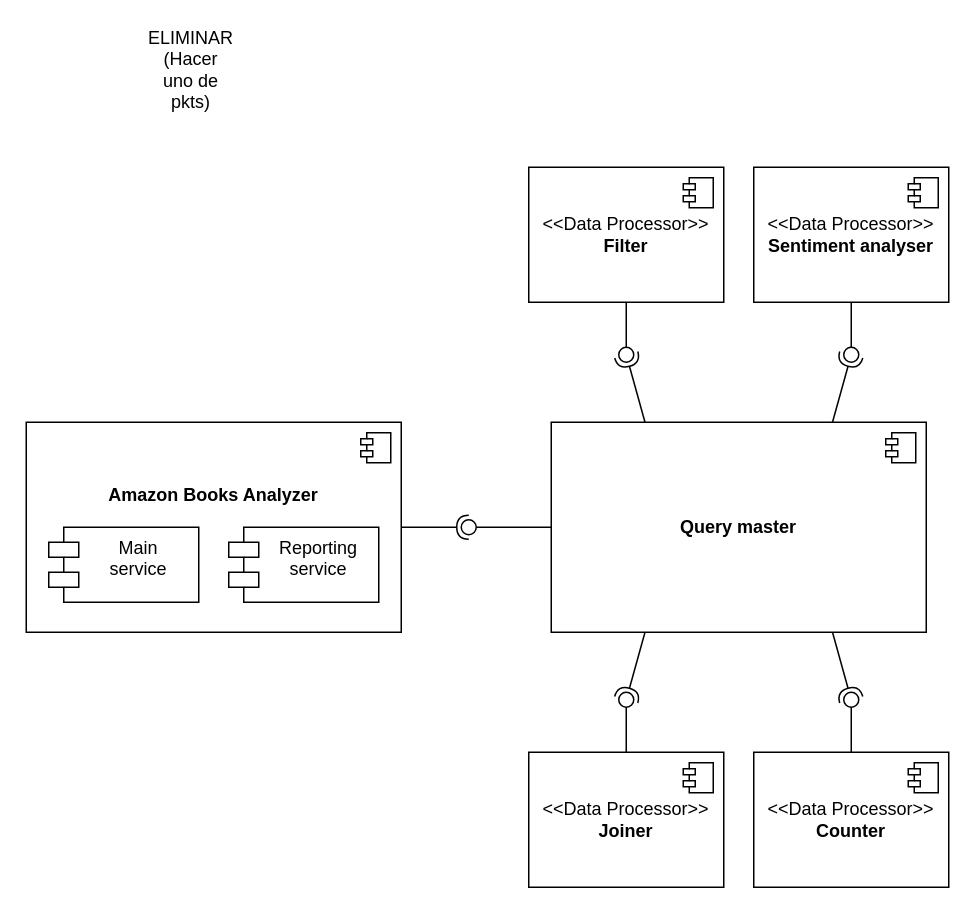
The draw.io diagram page "[DELETE] Diagrama de componentes" (6 of 9) of diagrams/diagramas.drawio in mateogdupont/escalabilidad, before the edit. Source tidied: cells renumbered, new cells numbered last; positions are measured from the earlier drawing's top-left corner, leaving out a move shared by most shapes. Both pictures are drawn from the tidied source at 150%, with x=0, y=0 at pixel (26, 46).
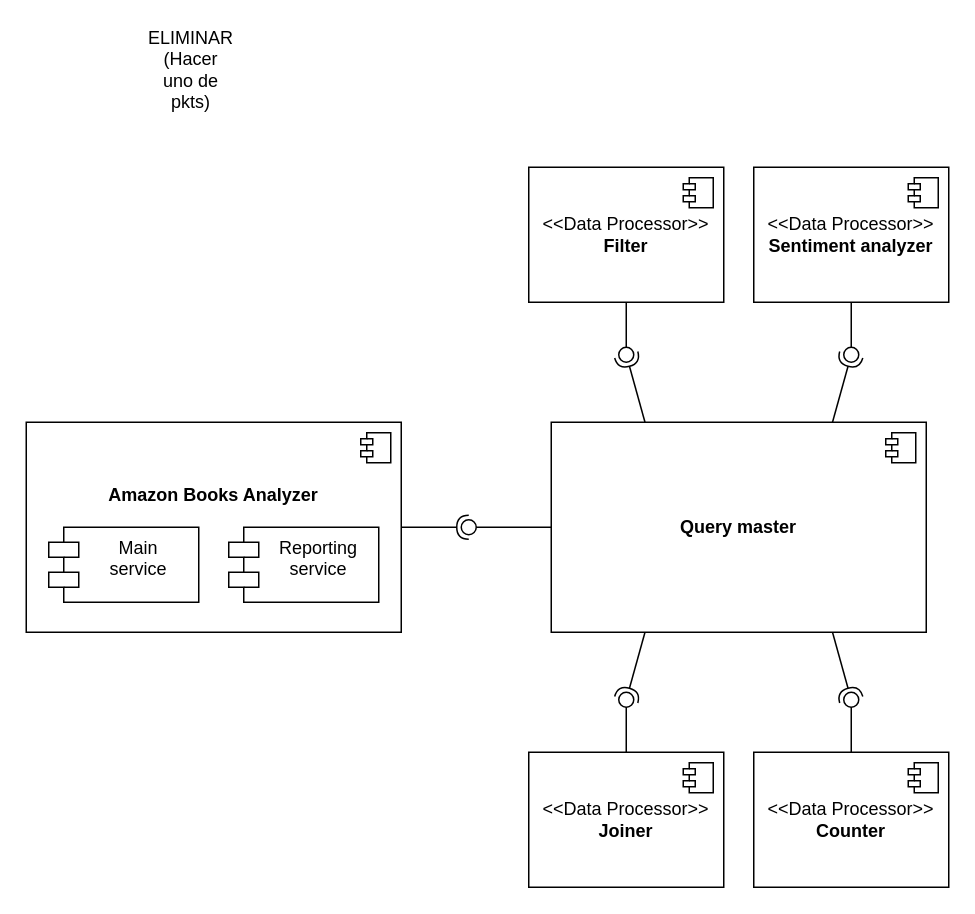
The same diagram, later.

The edit, as a diff of the source:
```diff
@@
-    <mxCell id="14" value="&amp;lt;&amp;lt;Data Processor&amp;gt;&amp;gt;&lt;br&gt;&lt;b&gt;Sentiment analyser&lt;/b&gt;" style="html=1;whiteSpace=wrap;" parent="1" vertex="1">
+    <mxCell id="14" value="&amp;lt;&amp;lt;Data Processor&amp;gt;&amp;gt;&lt;br&gt;&lt;b&gt;Sentiment analyzer&lt;/b&gt;" style="html=1;whiteSpace=wrap;" parent="1" vertex="1">
       <mxGeometry x="485" y="80" width="130" height="90" as="geometry" />
     </mxCell>
```
